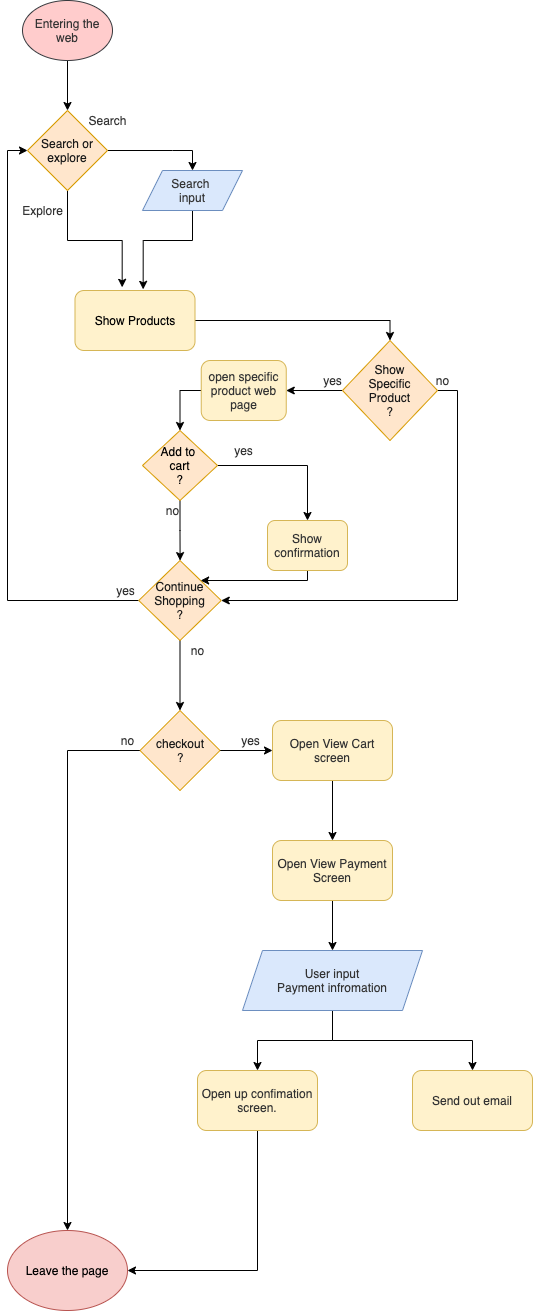
HeBilLi/sp21-cse110-lab4 keeps this draw.io diagram as part2/part2.drawio.png. Above is the earlier version. Source tidied: cells renumbered, new cells last; positions are measured from the earlier drawing's top-left corner, leaving out a move shared by most shapes.
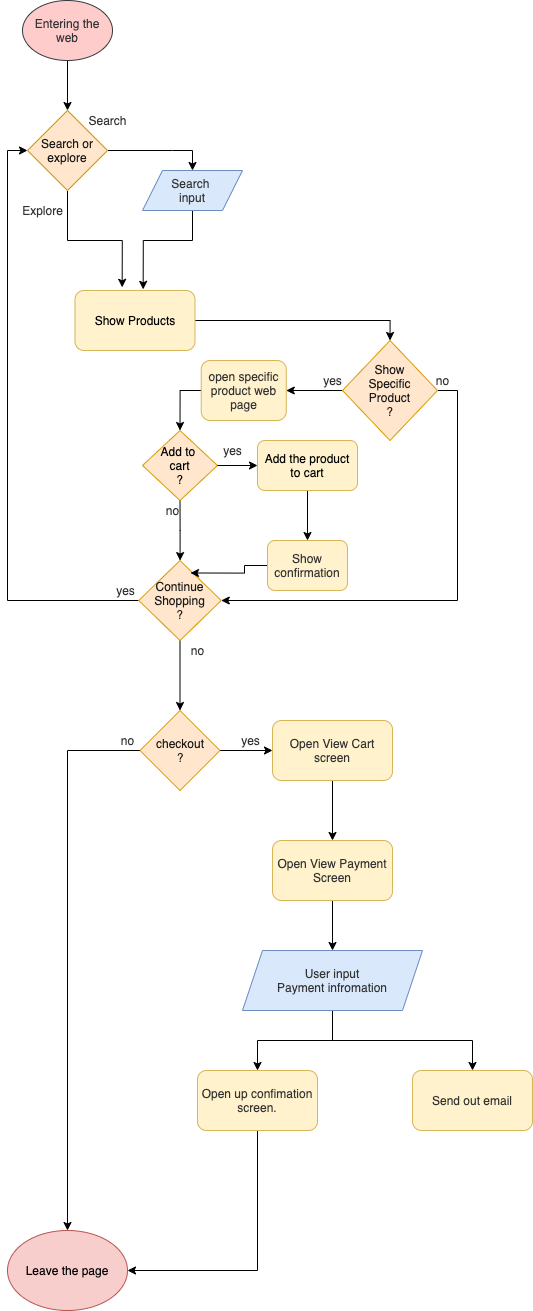
Later version of the same file.

Diff of the diagram source:
```diff
@@ -51,7 +51,7 @@
     <mxCell id="14" style="edgeStyle=orthogonalEdgeStyle;rounded=0;jettySize=auto;html=1;exitX=0.5;exitY=1;exitDx=0;exitDy=0;fontColor=#333333;" parent="1" edge="1" source="16" target="20">
       <mxGeometry relative="1" as="geometry" />
     </mxCell>
-    <mxCell id="15" style="edgeStyle=orthogonalEdgeStyle;rounded=0;jettySize=auto;html=1;exitX=1;exitY=0.5;exitDx=0;exitDy=0;entryX=0.5;entryY=0;entryDx=0;entryDy=0;fontColor=#333333;" parent="1" edge="1" source="16" target="26">
+    <mxCell id="15" style="edgeStyle=orthogonalEdgeStyle;rounded=0;jettySize=auto;html=1;exitX=0.5;exitY=1;exitDx=0;exitDy=0;entryX=0.5;entryY=0;entryDx=0;entryDy=0;fontColor=#333333;" parent="1" edge="1" source="48" target="26">
       <mxGeometry relative="1" as="geometry" />
     </mxCell>
     <mxCell id="16" value="Add to &lt;br&gt;cart&lt;br&gt;?" style="rhombus;whiteSpace=wrap;html=1;fillColor=#ffe6cc;strokeColor=#d79b00;" parent="1" vertex="1">
@@ -70,26 +70,22 @@
       <mxGeometry x="131.2" y="560" width="82.5" height="80" as="geometry" />
     </mxCell>
     <mxCell id="21" value="yes" style="text;html=1;align=center;verticalAlign=middle;fontColor=#333333;" parent="1" vertex="1">
-      <mxGeometry x="221.2" y="440" width="30" height="20" as="geometry" />
+      <mxGeometry x="210" y="440" width="30" height="20" as="geometry" />
     </mxCell>
     <mxCell id="22" value="no" style="text;html=1;align=center;verticalAlign=middle;fontColor=#333333;" parent="1" vertex="1">
       <mxGeometry x="150" y="500" width="30" height="20" as="geometry" />
     </mxCell>
-    <mxCell id="23" style="edgeStyle=orthogonalEdgeStyle;rounded=0;jettySize=auto;html=1;exitX=0.5;exitY=1;exitDx=0;exitDy=0;entryX=1;entryY=0;entryDx=0;entryDy=0;fontColor=#333333;" parent="1" edge="1" source="26" target="20">
-      <mxGeometry relative="1" as="geometry">
-        <Array as="points">
-          <mxPoint x="300" y="580" />
-        </Array>
-      </mxGeometry>
-    </mxCell>
     <mxCell id="24" style="edgeStyle=orthogonalEdgeStyle;rounded=0;jettySize=auto;html=1;exitX=0;exitY=0.5;exitDx=0;exitDy=0;entryX=0.5;entryY=0;entryDx=0;entryDy=0;fontColor=#333333;" parent="1" edge="1" source="25" target="16">
       <mxGeometry relative="1" as="geometry" />
     </mxCell>
     <mxCell id="25" value="open specific product web page" style="rounded=1;whiteSpace=wrap;html=1;fillColor=#fff2cc;strokeColor=#d6b656;fontColor=#333333;" parent="1" vertex="1">
       <mxGeometry x="193.8" y="360" width="85" height="60" as="geometry" />
     </mxCell>
+    <mxCell id="23" style="edgeStyle=orthogonalEdgeStyle;rounded=0;jettySize=auto;html=1;exitX=0;exitY=0.5;exitDx=0;exitDy=0;entryX=0.627;entryY=0.156;entryDx=0;entryDy=0;entryPerimeter=0;" parent="1" edge="1" source="26" target="20">
+      <mxGeometry relative="1" as="geometry" />
+    </mxCell>
     <mxCell id="26" value="Show confirmation" style="rounded=1;whiteSpace=wrap;html=1;fillColor=#fff2cc;strokeColor=#d6b656;fontColor=#333333;" parent="1" vertex="1">
-      <mxGeometry x="260" y="520" width="80" height="50" as="geometry" />
+      <mxGeometry x="260" y="540" width="80" height="50" as="geometry" />
     </mxCell>
     <mxCell id="27" value="no" style="text;html=1;align=center;verticalAlign=middle;fontColor=#333333;rotation=0;" parent="1" vertex="1">
       <mxGeometry x="420" y="370" width="30" height="20" as="geometry" />
@@ -154,5 +150,11 @@
     <mxCell id="47" value="Show Products" style="rounded=1;whiteSpace=wrap;html=1;fillColor=#fff2cc;strokeColor=#d6b656;" parent="1" vertex="1">
       <mxGeometry x="67.5" y="290" width="120" height="60" as="geometry" />
     </mxCell>
+    <mxCell id="48" value="Add the product to cart" style="rounded=1;whiteSpace=wrap;html=1;fillColor=#fff2cc;strokeColor=#d6b656;" parent="1" vertex="1">
+      <mxGeometry x="250" y="440" width="100" height="50" as="geometry" />
+    </mxCell>
+    <mxCell id="49" style="edgeStyle=orthogonalEdgeStyle;rounded=0;jettySize=auto;html=1;exitX=1;exitY=0.5;exitDx=0;exitDy=0;entryX=0;entryY=0.5;entryDx=0;entryDy=0;fontColor=#333333;" parent="1" edge="1" source="16" target="48">
+      <mxGeometry relative="1" as="geometry" />
+    </mxCell>
   </root>
 </mxGraphModel>
```
